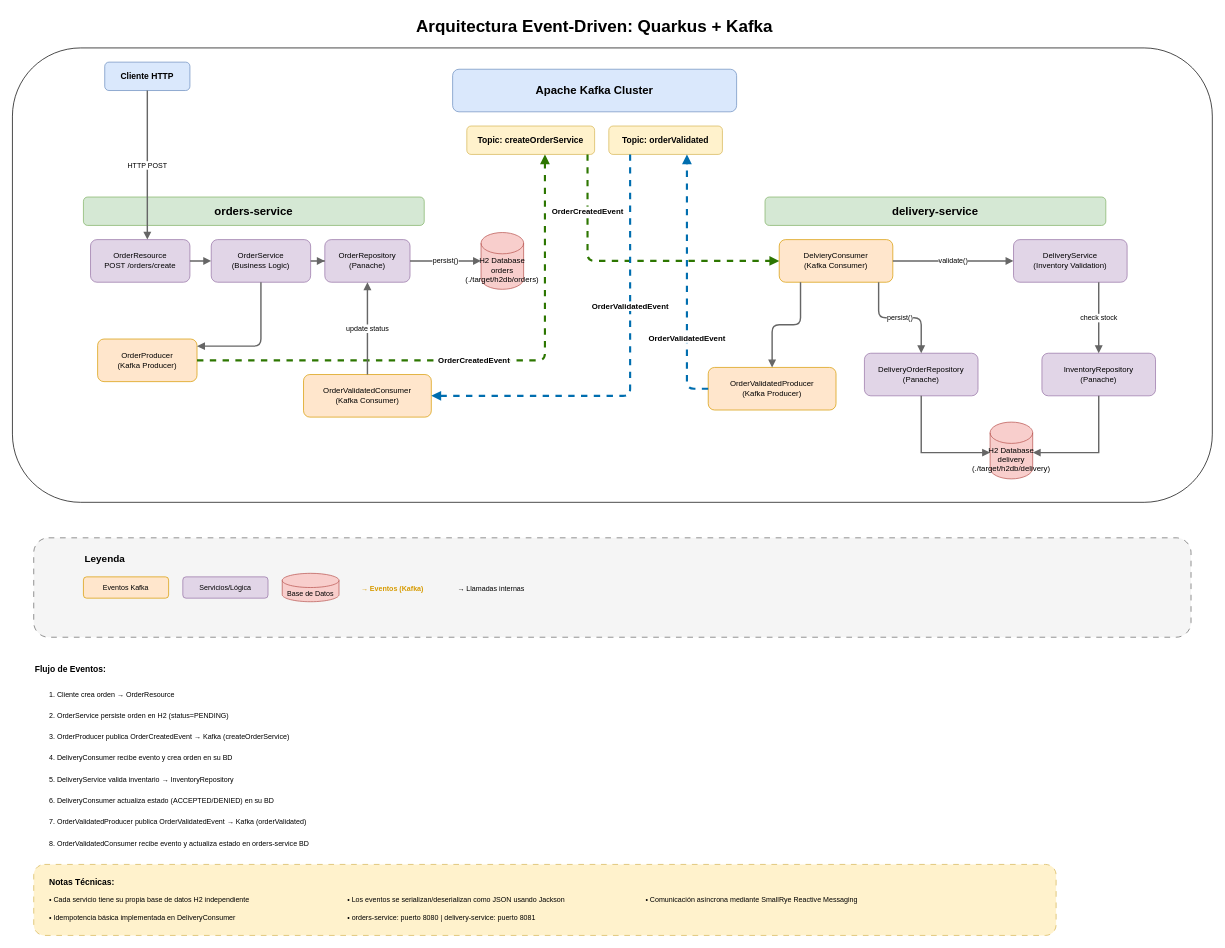
This is arquitectura-quarkus-kafka.drawio from hhbravo/quarkus-kafka, a draw.io file, before an edit. Source tidied: cells renumbered, new cells numbered last; positions are measured from the earlier drawing's top-left corner, leaving out a move shared by most shapes. Both pictures are drawn from the tidied source at 71%, with x=0, y=0 at pixel (12, 12).
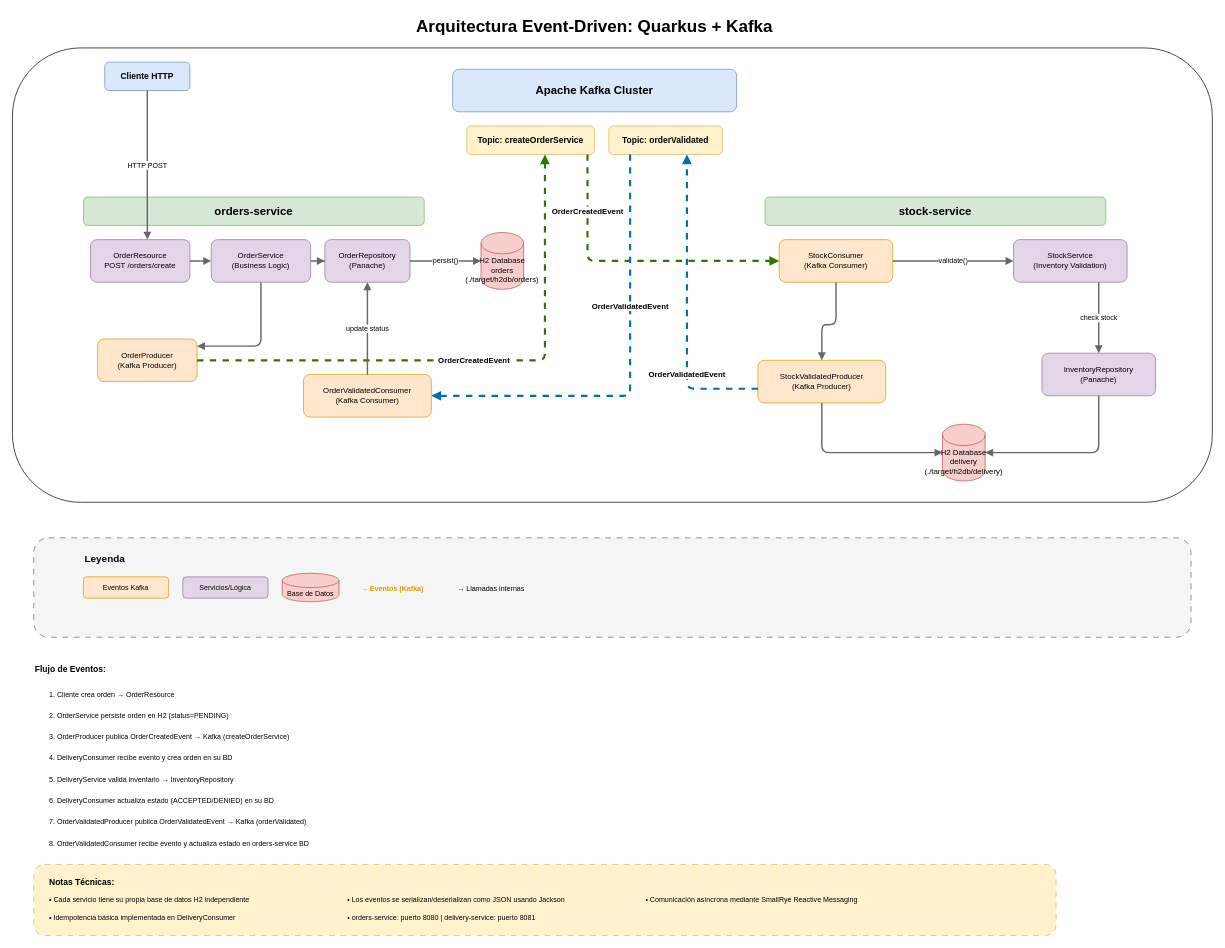
Above is the later version.

Unchanged cells that the change refers to:
```xml
<mxCell id="18" value="InventoryRepository&#10;(Panache)" style="rounded=1;whiteSpace=wrap;html=1;fillColor=#e1d5e7;strokeColor=#9673a6;fontSize=11;" parent="1" vertex="1">
  <mxGeometry x="1450" y="480" width="160" height="60" as="geometry" />
</mxCell>
```

Change to the diagram source:
```diff
@@
-    <mxCell id="14" value="delivery-service" style="rounded=1;whiteSpace=wrap;html=1;fillColor=#d5e8d4;strokeColor=#82b366;fontSize=16;fontStyle=1;" parent="1" vertex="1">
+    <mxCell id="14" value="stock-service" style="rounded=1;whiteSpace=wrap;html=1;fillColor=#d5e8d4;strokeColor=#82b366;fontSize=16;fontStyle=1;" parent="1" vertex="1">
       <mxGeometry x="1060" y="260" width="480" height="40" as="geometry" />
     </mxCell>
-    <mxCell id="15" value="DelvieryConsumer&#10;(Kafka Consumer)" style="rounded=1;whiteSpace=wrap;html=1;fillColor=#ffe6cc;strokeColor=#d79b00;fontSize=11;" parent="1" vertex="1">
+    <mxCell id="15" value="StockConsumer&lt;br&gt;(Kafka Consumer)" style="rounded=1;whiteSpace=wrap;html=1;fillColor=#ffe6cc;strokeColor=#d79b00;fontSize=11;" parent="1" vertex="1">
       <mxGeometry x="1080" y="320" width="160" height="60" as="geometry" />
     </mxCell>
-    <mxCell id="16" value="DeliveryService&#10;(Inventory Validation)" style="rounded=1;whiteSpace=wrap;html=1;fillColor=#e1d5e7;strokeColor=#9673a6;fontSize=11;" parent="1" vertex="1">
+    <mxCell id="16" value="StockService&lt;br&gt;(Inventory Validation)" style="rounded=1;whiteSpace=wrap;html=1;fillColor=#e1d5e7;strokeColor=#9673a6;fontSize=11;" parent="1" vertex="1">
       <mxGeometry x="1410" y="320" width="160" height="60" as="geometry" />
     </mxCell>
-    <mxCell id="17" value="DeliveryOrderRepository&#10;(Panache)" style="rounded=1;whiteSpace=wrap;html=1;fillColor=#e1d5e7;strokeColor=#9673a6;fontSize=11;" parent="1" vertex="1">
-      <mxGeometry x="1200" y="480" width="160" height="60" as="geometry" />
-    </mxCell>
@@
-    <mxCell id="19" value="OrderValidatedProducer&#10;(Kafka Producer)" style="rounded=1;whiteSpace=wrap;html=1;fillColor=#ffe6cc;strokeColor=#d79b00;fontSize=11;" parent="1" vertex="1">
-      <mxGeometry x="980" y="500" width="180" height="60" as="geometry" />
+    <mxCell id="19" value="StockValidatedProducer&lt;br&gt;(Kafka Producer)" style="rounded=1;whiteSpace=wrap;html=1;fillColor=#ffe6cc;strokeColor=#d79b00;fontSize=11;" parent="1" vertex="1">
+      <mxGeometry x="1050" y="490" width="180" height="60" as="geometry" />
     </mxCell>
     <mxCell id="20" value="H2 Database&#10;delivery&#10;(./target/h2db/delivery)" style="shape=cylinder3;whiteSpace=wrap;html=1;boundedLbl=1;backgroundOutline=1;size=15;fillColor=#f8cecc;strokeColor=#b85450;fontSize=11;" parent="1" vertex="1">
-      <mxGeometry x="1377" y="577" width="60" height="80" as="geometry" />
+      <mxGeometry x="1310" y="580" width="60" height="80" as="geometry" />
     </mxCell>
@@
-    <mxCell id="31" style="edgeStyle=orthogonalEdgeStyle;rounded=0;jettySize=auto;html=1;strokeWidth=2;strokeColor=#666666;endArrow=block;endFill=1;" parent="1" edge="1" source="18" target="20">
+    <mxCell id="31" style="edgeStyle=orthogonalEdgeStyle;rounded=1;jettySize=auto;html=1;strokeWidth=2;strokeColor=#666666;endArrow=block;endFill=1;curved=0;" parent="1" edge="1" source="18" target="20">
       <mxGeometry relative="1" as="geometry">
         <Array as="points">
           <mxPoint x="1530" y="620" />
         </Array>
       </mxGeometry>
     </mxCell>
-    <mxCell id="32" value="persist()" style="edgeStyle=orthogonalEdgeStyle;rounded=1;jettySize=auto;html=1;strokeWidth=2;strokeColor=#666666;endArrow=block;endFill=1;fontSize=10;curved=0;" parent="1" edge="1" source="15" target="17">
-      <mxGeometry relative="1" as="geometry">
-        <Array as="points">
-          <mxPoint x="1220" y="430" />
-          <mxPoint x="1280" y="430" />
-        </Array>
-      </mxGeometry>
-    </mxCell>
-    <mxCell id="33" style="edgeStyle=orthogonalEdgeStyle;rounded=0;jettySize=auto;html=1;strokeWidth=2;strokeColor=#666666;endArrow=block;endFill=1;" parent="1" edge="1" source="17" target="20">
+    <mxCell id="33" style="edgeStyle=orthogonalEdgeStyle;rounded=1;jettySize=auto;html=1;strokeWidth=2;strokeColor=#666666;endArrow=block;endFill=1;curved=0;exitX=0.5;exitY=1;exitDx=0;exitDy=0;" parent="1" edge="1" source="19" target="20">
       <mxGeometry relative="1" as="geometry">
         <Array as="points">
-          <mxPoint x="1280" y="620" />
+          <mxPoint x="1140" y="620" />
         </Array>
       </mxGeometry>
     </mxCell>
     <mxCell id="34" style="edgeStyle=orthogonalEdgeStyle;rounded=1;jettySize=auto;html=1;strokeWidth=2;strokeColor=#666666;endArrow=block;endFill=1;entryX=0.5;entryY=0;entryDx=0;entryDy=0;curved=0;" parent="1" edge="1" source="15" target="19">
       <mxGeometry relative="1" as="geometry">
         <Array as="points">
-          <mxPoint x="1110" y="440" />
-          <mxPoint x="1070" y="440" />
+          <mxPoint x="1160" y="440" />
+          <mxPoint x="1140" y="440" />
         </Array>
       </mxGeometry>
     </mxCell>
```
